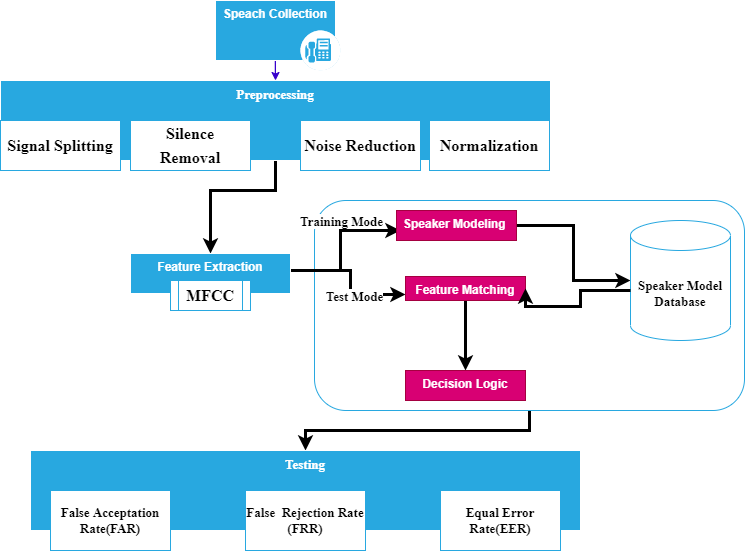
Above: Untitled Diagram.drawio.png in millionsime/hello-word (draw.io), before the change. Source tidied: cells renumbered, new cells last; positions are measured from the earlier drawing's top-left corner, leaving out a move shared by most shapes. Its diagram source:
```xml
<mxGraphModel>
  <root>
    <mxCell id="0" />
    <mxCell id="1" parent="0" />
    <mxCell id="2" style="edgeStyle=orthogonalEdgeStyle;rounded=0;jumpSize=24;jettySize=auto;html=1;fontFamily=Times New Roman;fontSize=13;fontColor=#000000;strokeWidth=3;fontStyle=1;" parent="1" edge="1" source="3" target="26">
      <mxGeometry relative="1" as="geometry" />
    </mxCell>
    <mxCell id="3" style="rounded=1;whiteSpace=wrap;html=1;fontFamily=Times New Roman;fontSize=13;fontColor=#000000;strokeColor=#28A8E0;fillColor=default;fontStyle=1;" parent="1" vertex="1">
      <mxGeometry x="314" y="200" width="430" height="210" as="geometry" />
    </mxCell>
    <mxCell id="4" style="edgeStyle=orthogonalEdgeStyle;rounded=0;jumpSize=24;jettySize=auto;html=1;fontFamily=Times New Roman;fontSize=13;fontColor=#000000;strokeWidth=3;entryX=0.5;entryY=0;entryDx=0;entryDy=0;exitX=0.5;exitY=1;exitDx=0;exitDy=0;fontStyle=1;" parent="1" edge="1" source="5" target="17">
      <mxGeometry relative="1" as="geometry">
        <Array as="points">
          <mxPoint x="275" y="190" />
          <mxPoint x="210" y="190" />
        </Array>
      </mxGeometry>
    </mxCell>
    <mxCell id="5" value="&lt;b&gt;&lt;font face=&quot;Times New Roman&quot; color=&quot;#ffffff&quot; style=&quot;font-size: 13px&quot;&gt;Preprocessing&lt;/font&gt;&lt;/b&gt;" style="whiteSpace=wrap;html=1;verticalAlign=top;fillColor=#28A8E0;strokeColor=#ffffff;sketch=0;" parent="1" vertex="1">
      <mxGeometry y="80" width="550" height="80" as="geometry" />
    </mxCell>
    <mxCell id="6" value="&lt;span style=&quot;font-size: 12.0pt ; line-height: 150% ; font-family: &amp;quot;times new roman&amp;quot; , serif&quot;&gt;Silence&lt;br&gt;Removal&lt;/span&gt;" style="rounded=0;whiteSpace=wrap;html=1;strokeColor=#28A8E0;fontStyle=1;" parent="1" vertex="1">
      <mxGeometry x="130" y="120" width="120" height="50" as="geometry" />
    </mxCell>
    <mxCell id="7" value="&lt;span style=&quot;font-size: 12.0pt ; line-height: 150% ; font-family: &amp;quot;times new roman&amp;quot; , serif&quot;&gt;Signal Splitting&lt;/span&gt;" style="rounded=0;whiteSpace=wrap;html=1;fillColor=default;strokeColor=#28A8E0;fontStyle=1;" parent="1" vertex="1">
      <mxGeometry y="120" width="120" height="50" as="geometry" />
    </mxCell>
    <mxCell id="8" value="&lt;span style=&quot;font-size: 12.0pt ; line-height: 150% ; font-family: &amp;quot;times new roman&amp;quot; , serif&quot;&gt;Normalization&lt;/span&gt;" style="rounded=0;whiteSpace=wrap;html=1;strokeColor=#28A8E0;fontStyle=1;" parent="1" vertex="1">
      <mxGeometry x="429" y="120" width="120" height="50" as="geometry" />
    </mxCell>
    <mxCell id="9" style="edgeStyle=orthogonalEdgeStyle;jettySize=auto;html=1;entryX=0.5;entryY=0;entryDx=0;entryDy=0;exitX=0.5;exitY=1;exitDx=0;exitDy=0;fillColor=#6a00ff;strokeColor=#3700CC;curved=1;fontStyle=1;" parent="1" edge="1" target="5">
      <mxGeometry relative="1" as="geometry">
        <mxPoint x="276" y="30" as="sourcePoint" />
        <Array as="points">
          <mxPoint x="276" y="31" />
          <mxPoint x="275" y="31" />
        </Array>
      </mxGeometry>
    </mxCell>
    <mxCell id="10" value="&lt;font color=&quot;#ffffff&quot;&gt;&lt;span&gt;Speach Collection&lt;/span&gt;&lt;/font&gt;" style="whiteSpace=wrap;html=1;verticalAlign=top;fillColor=#28A8E0;strokeColor=#ffffff;sketch=0;fontStyle=1;" parent="1" vertex="1">
      <mxGeometry x="215" width="120" height="60" as="geometry" />
    </mxCell>
    <mxCell id="11" style="fillColor=default;verticalLabelPosition=bottom;sketch=0;html=1;strokeColor=#28A8E0;verticalAlign=top;align=center;shape=mxgraph.cisco_safe.compositeIcon;bgIcon=ellipse;resIcon=mxgraph.cisco_safe.capability.voice;fontColor=#000000;fontStyle=1;" parent="1" vertex="1">
      <mxGeometry x="300" y="30" width="40" height="40" as="geometry" />
    </mxCell>
    <mxCell id="12" value="&lt;span style=&quot;font-size: 12.0pt ; line-height: 150% ; font-family: &amp;quot;times new roman&amp;quot; , serif&quot;&gt;Noise Reduction&lt;/span&gt;" style="rounded=0;whiteSpace=wrap;html=1;strokeColor=#28A8E0;fontStyle=1;" parent="1" vertex="1">
      <mxGeometry x="300" y="120" width="120" height="50" as="geometry" />
    </mxCell>
    <mxCell id="13" style="edgeStyle=orthogonalEdgeStyle;rounded=0;jumpSize=24;jettySize=auto;html=1;fontFamily=Times New Roman;fontSize=13;fontColor=#000000;strokeWidth=3;startArrow=none;fontStyle=1;" parent="1" edge="1" source="25">
      <mxGeometry relative="1" as="geometry">
        <mxPoint x="400" y="230" as="targetPoint" />
        <Array as="points">
          <mxPoint x="210" y="270" />
          <mxPoint x="340" y="270" />
          <mxPoint x="340" y="230" />
        </Array>
      </mxGeometry>
    </mxCell>
    <mxCell id="14" value="Training Mode" style="edgeLabel;html=1;align=center;verticalAlign=middle;fontSize=13;fontFamily=Times New Roman;fontColor=#000000;fontStyle=1;" parent="13" vertex="1">
      <mxGeometry x="0.21" relative="1" as="geometry">
        <mxPoint y="-45" as="offset" />
      </mxGeometry>
    </mxCell>
    <mxCell id="15" style="edgeStyle=orthogonalEdgeStyle;rounded=0;jumpSize=24;jettySize=auto;html=1;fontFamily=Times New Roman;fontSize=13;fontColor=#000000;strokeWidth=3;entryX=0;entryY=0.75;entryDx=0;entryDy=0;fontStyle=1;" parent="1" edge="1" target="21">
      <mxGeometry relative="1" as="geometry">
        <mxPoint x="280" y="270" as="sourcePoint" />
        <Array as="points">
          <mxPoint x="350" y="270" />
          <mxPoint x="350" y="294" />
        </Array>
      </mxGeometry>
    </mxCell>
    <mxCell id="16" value="Test Mode" style="edgeLabel;html=1;align=center;verticalAlign=middle;fontSize=13;fontFamily=Times New Roman;fontColor=#000000;fontStyle=1;" parent="15" vertex="1">
      <mxGeometry x="0.3" y="-1" relative="1" as="geometry" />
    </mxCell>
    <mxCell id="17" value="&lt;font color=&quot;#ffffff&quot;&gt;Feature Extraction&lt;/font&gt;" style="whiteSpace=wrap;html=1;verticalAlign=top;fillColor=#28A8E0;strokeColor=#ffffff;sketch=0;align=center;fontStyle=1;" parent="1" vertex="1">
      <mxGeometry x="130" y="253" width="160" height="40" as="geometry" />
    </mxCell>
    <mxCell id="18" style="edgeStyle=orthogonalEdgeStyle;rounded=0;jumpSize=24;jettySize=auto;html=1;fontFamily=Times New Roman;fontSize=13;fontColor=#000000;strokeWidth=3;fontStyle=1;" parent="1" edge="1" source="19" target="22">
      <mxGeometry relative="1" as="geometry" />
    </mxCell>
    <mxCell id="19" value="Speaker Modeling&amp;nbsp;" style="whiteSpace=wrap;html=1;verticalAlign=top;sketch=0;fillColor=#d80073;strokeColor=#A50040;fontColor=#ffffff;fontStyle=1;" parent="1" vertex="1">
      <mxGeometry x="396" y="210" width="120" height="30" as="geometry" />
    </mxCell>
    <mxCell id="20" style="edgeStyle=orthogonalEdgeStyle;rounded=0;jumpSize=24;jettySize=auto;html=1;fontFamily=Times New Roman;fontSize=13;fontColor=#000000;strokeWidth=3;fontStyle=1;" parent="1" edge="1" source="21">
      <mxGeometry relative="1" as="geometry">
        <mxPoint x="465" y="370" as="targetPoint" />
      </mxGeometry>
    </mxCell>
    <mxCell id="21" value="Feature Matching" style="whiteSpace=wrap;html=1;verticalAlign=top;sketch=0;fillColor=#d80073;strokeColor=#A50040;fontColor=#ffffff;fontStyle=1;" parent="1" vertex="1">
      <mxGeometry x="405" y="276" width="120" height="24" as="geometry" />
    </mxCell>
    <mxCell id="22" value="Speaker Model Database" style="shape=cylinder3;whiteSpace=wrap;html=1;boundedLbl=1;backgroundOutline=1;size=15;fontFamily=Times New Roman;fontSize=13;fontColor=#000000;strokeColor=#28A8E0;fillColor=default;fontStyle=1;" parent="1" vertex="1">
      <mxGeometry x="630" y="220" width="100" height="120" as="geometry" />
    </mxCell>
    <mxCell id="23" style="edgeStyle=orthogonalEdgeStyle;rounded=0;jumpSize=24;jettySize=auto;html=1;fontFamily=Times New Roman;fontSize=13;fontColor=#000000;strokeWidth=3;entryX=1;entryY=0.5;entryDx=0;entryDy=0;fontStyle=1;" parent="1" edge="1" target="21">
      <mxGeometry relative="1" as="geometry">
        <mxPoint x="630" y="290" as="sourcePoint" />
        <Array as="points">
          <mxPoint x="630" y="290" />
          <mxPoint x="580" y="290" />
          <mxPoint x="580" y="306" />
        </Array>
      </mxGeometry>
    </mxCell>
    <mxCell id="24" value="Decision Logic" style="whiteSpace=wrap;html=1;verticalAlign=top;sketch=0;fillColor=#d80073;strokeColor=#A50040;fontColor=#ffffff;fontStyle=1;" parent="1" vertex="1">
      <mxGeometry x="405" y="370" width="120" height="30" as="geometry" />
    </mxCell>
    <mxCell id="25" value="&lt;span style=&quot;font-size: 12.0pt ; line-height: 150% ; font-family: &amp;quot;times new roman&amp;quot; , serif&quot;&gt;&lt;font color=&quot;#000000&quot;&gt;MFCC&lt;/font&gt;&lt;/span&gt;" style="shape=process;whiteSpace=wrap;html=1;backgroundOutline=1;fontFamily=Times New Roman;fontSize=13;fontColor=#FFFFFF;strokeColor=#28A8E0;fillColor=default;fontStyle=1;" parent="1" vertex="1">
      <mxGeometry x="170" y="280" width="80" height="30" as="geometry" />
    </mxCell>
    <mxCell id="26" value="&lt;span&gt;&lt;font face=&quot;Times New Roman&quot; color=&quot;#ffffff&quot; style=&quot;font-size: 13px&quot;&gt;Testing&lt;/font&gt;&lt;/span&gt;" style="whiteSpace=wrap;html=1;verticalAlign=top;fillColor=#28A8E0;strokeColor=#ffffff;sketch=0;fontStyle=1;" parent="1" vertex="1">
      <mxGeometry x="30" y="450" width="550" height="80" as="geometry" />
    </mxCell>
    <mxCell id="27" value="False Acceptation Rate(FAR)" style="rounded=0;whiteSpace=wrap;html=1;fontFamily=Times New Roman;fontSize=13;fontColor=#000000;strokeColor=#28A8E0;fillColor=default;fontStyle=1;" parent="1" vertex="1">
      <mxGeometry x="50" y="490" width="120" height="60" as="geometry" />
    </mxCell>
    <mxCell id="28" value="False&amp;nbsp; Rejection Rate&lt;br&gt;(FRR)" style="rounded=0;whiteSpace=wrap;html=1;fontFamily=Times New Roman;fontSize=13;fontColor=#000000;strokeColor=#28A8E0;fillColor=default;fontStyle=1;" parent="1" vertex="1">
      <mxGeometry x="245" y="490" width="120" height="60" as="geometry" />
    </mxCell>
    <mxCell id="29" value="Equal Error Rate(EER)" style="rounded=0;whiteSpace=wrap;html=1;fontFamily=Times New Roman;fontSize=13;fontColor=#000000;strokeColor=#28A8E0;fillColor=default;fontStyle=1;" parent="1" vertex="1">
      <mxGeometry x="440" y="490" width="120" height="60" as="geometry" />
    </mxCell>
  </root>
</mxGraphModel>
```
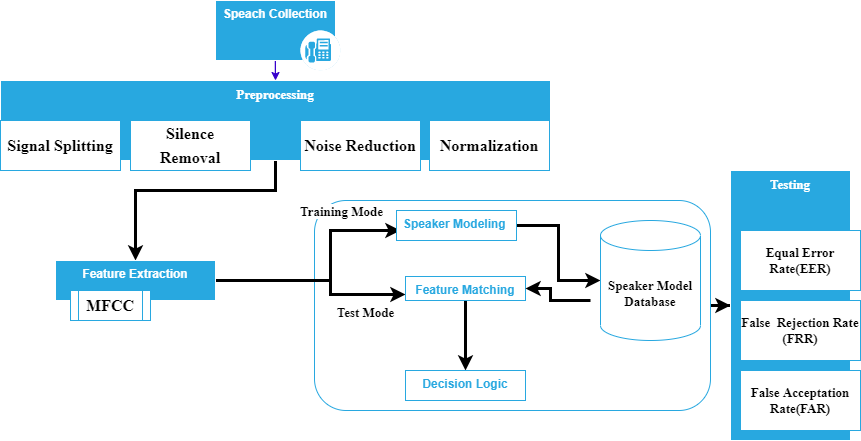
Later version of the same file.

What changed in the source:
```diff
@@ -6,13 +6,13 @@
       <mxGeometry relative="1" as="geometry" />
     </mxCell>
     <mxCell id="3" style="rounded=1;whiteSpace=wrap;html=1;fontFamily=Times New Roman;fontSize=13;fontColor=#000000;strokeColor=#28A8E0;fillColor=default;fontStyle=1;" parent="1" vertex="1">
-      <mxGeometry x="314" y="200" width="430" height="210" as="geometry" />
+      <mxGeometry x="314" y="200" width="396" height="210" as="geometry" />
     </mxCell>
     <mxCell id="4" style="edgeStyle=orthogonalEdgeStyle;rounded=0;jumpSize=24;jettySize=auto;html=1;fontFamily=Times New Roman;fontSize=13;fontColor=#000000;strokeWidth=3;entryX=0.5;entryY=0;entryDx=0;entryDy=0;exitX=0.5;exitY=1;exitDx=0;exitDy=0;fontStyle=1;" parent="1" edge="1" source="5" target="17">
       <mxGeometry relative="1" as="geometry">
         <Array as="points">
           <mxPoint x="275" y="190" />
-          <mxPoint x="210" y="190" />
+          <mxPoint x="135" y="190" />
         </Array>
       </mxGeometry>
     </mxCell>
@@ -46,40 +46,40 @@
     <mxCell id="12" value="&lt;span style=&quot;font-size: 12.0pt ; line-height: 150% ; font-family: &amp;quot;times new roman&amp;quot; , serif&quot;&gt;Noise Reduction&lt;/span&gt;" style="rounded=0;whiteSpace=wrap;html=1;strokeColor=#28A8E0;fontStyle=1;" parent="1" vertex="1">
       <mxGeometry x="300" y="120" width="120" height="50" as="geometry" />
     </mxCell>
-    <mxCell id="13" style="edgeStyle=orthogonalEdgeStyle;rounded=0;jumpSize=24;jettySize=auto;html=1;fontFamily=Times New Roman;fontSize=13;fontColor=#000000;strokeWidth=3;startArrow=none;fontStyle=1;" parent="1" edge="1" source="25">
+    <mxCell id="13" style="edgeStyle=orthogonalEdgeStyle;rounded=0;jumpSize=24;jettySize=auto;html=1;fontFamily=Times New Roman;fontSize=13;fontColor=#000000;strokeWidth=3;startArrow=none;fontStyle=1;exitX=1;exitY=0.5;exitDx=0;exitDy=0;" parent="1" edge="1" source="17">
       <mxGeometry relative="1" as="geometry">
         <mxPoint x="400" y="230" as="targetPoint" />
         <Array as="points">
-          <mxPoint x="210" y="270" />
-          <mxPoint x="340" y="270" />
-          <mxPoint x="340" y="230" />
+          <mxPoint x="330" y="280" />
+          <mxPoint x="330" y="230" />
         </Array>
       </mxGeometry>
     </mxCell>
     <mxCell id="14" value="Training Mode" style="edgeLabel;html=1;align=center;verticalAlign=middle;fontSize=13;fontFamily=Times New Roman;fontColor=#000000;fontStyle=1;" parent="13" vertex="1">
       <mxGeometry x="0.21" relative="1" as="geometry">
-        <mxPoint y="-45" as="offset" />
+        <mxPoint x="10" y="-43" as="offset" />
       </mxGeometry>
     </mxCell>
-    <mxCell id="15" style="edgeStyle=orthogonalEdgeStyle;rounded=0;jumpSize=24;jettySize=auto;html=1;fontFamily=Times New Roman;fontSize=13;fontColor=#000000;strokeWidth=3;entryX=0;entryY=0.75;entryDx=0;entryDy=0;fontStyle=1;" parent="1" edge="1" target="21">
+    <mxCell id="15" style="edgeStyle=orthogonalEdgeStyle;rounded=0;jumpSize=24;jettySize=auto;html=1;fontFamily=Times New Roman;fontSize=13;fontColor=#000000;strokeWidth=3;entryX=0;entryY=0.75;entryDx=0;entryDy=0;fontStyle=1;exitX=1;exitY=0.5;exitDx=0;exitDy=0;" parent="1" edge="1" source="17" target="21">
       <mxGeometry relative="1" as="geometry">
-        <mxPoint x="280" y="270" as="sourcePoint" />
         <Array as="points">
-          <mxPoint x="350" y="270" />
-          <mxPoint x="350" y="294" />
+          <mxPoint x="330" y="280" />
+          <mxPoint x="330" y="294" />
         </Array>
       </mxGeometry>
     </mxCell>
     <mxCell id="16" value="Test Mode" style="edgeLabel;html=1;align=center;verticalAlign=middle;fontSize=13;fontFamily=Times New Roman;fontColor=#000000;fontStyle=1;" parent="15" vertex="1">
-      <mxGeometry x="0.3" y="-1" relative="1" as="geometry" />
+      <mxGeometry x="0.3" y="-1" relative="1" as="geometry">
+        <mxPoint x="31" y="16" as="offset" />
+      </mxGeometry>
     </mxCell>
     <mxCell id="17" value="&lt;font color=&quot;#ffffff&quot;&gt;Feature Extraction&lt;/font&gt;" style="whiteSpace=wrap;html=1;verticalAlign=top;fillColor=#28A8E0;strokeColor=#ffffff;sketch=0;align=center;fontStyle=1;" parent="1" vertex="1">
-      <mxGeometry x="130" y="253" width="160" height="40" as="geometry" />
+      <mxGeometry x="55" y="260" width="160" height="40" as="geometry" />
     </mxCell>
     <mxCell id="18" style="edgeStyle=orthogonalEdgeStyle;rounded=0;jumpSize=24;jettySize=auto;html=1;fontFamily=Times New Roman;fontSize=13;fontColor=#000000;strokeWidth=3;fontStyle=1;" parent="1" edge="1" source="19" target="22">
       <mxGeometry relative="1" as="geometry" />
     </mxCell>
-    <mxCell id="19" value="Speaker Modeling&amp;nbsp;" style="whiteSpace=wrap;html=1;verticalAlign=top;sketch=0;fillColor=#d80073;strokeColor=#A50040;fontColor=#ffffff;fontStyle=1;" parent="1" vertex="1">
+    <mxCell id="19" value="Speaker Modeling&amp;nbsp;" style="whiteSpace=wrap;html=1;verticalAlign=top;sketch=0;fillColor=#FFFFFF;strokeColor=#28A8E0;fontColor=#28A8E0;fontStyle=1;" parent="1" vertex="1">
       <mxGeometry x="396" y="210" width="120" height="30" as="geometry" />
     </mxCell>
     <mxCell id="20" style="edgeStyle=orthogonalEdgeStyle;rounded=0;jumpSize=24;jettySize=auto;html=1;fontFamily=Times New Roman;fontSize=13;fontColor=#000000;strokeWidth=3;fontStyle=1;" parent="1" edge="1" source="21">
@@ -87,39 +87,38 @@
         <mxPoint x="465" y="370" as="targetPoint" />
       </mxGeometry>
     </mxCell>
-    <mxCell id="21" value="Feature Matching" style="whiteSpace=wrap;html=1;verticalAlign=top;sketch=0;fillColor=#d80073;strokeColor=#A50040;fontColor=#ffffff;fontStyle=1;" parent="1" vertex="1">
+    <mxCell id="21" value="Feature Matching" style="whiteSpace=wrap;html=1;verticalAlign=top;sketch=0;fillColor=#FFFFFF;strokeColor=#28A8E0;fontColor=#28A8E0;fontStyle=1;" parent="1" vertex="1">
       <mxGeometry x="405" y="276" width="120" height="24" as="geometry" />
     </mxCell>
     <mxCell id="22" value="Speaker Model Database" style="shape=cylinder3;whiteSpace=wrap;html=1;boundedLbl=1;backgroundOutline=1;size=15;fontFamily=Times New Roman;fontSize=13;fontColor=#000000;strokeColor=#28A8E0;fillColor=default;fontStyle=1;" parent="1" vertex="1">
-      <mxGeometry x="630" y="220" width="100" height="120" as="geometry" />
+      <mxGeometry x="600" y="220" width="100" height="120" as="geometry" />
     </mxCell>
     <mxCell id="23" style="edgeStyle=orthogonalEdgeStyle;rounded=0;jumpSize=24;jettySize=auto;html=1;fontFamily=Times New Roman;fontSize=13;fontColor=#000000;strokeWidth=3;entryX=1;entryY=0.5;entryDx=0;entryDy=0;fontStyle=1;" parent="1" edge="1" target="21">
       <mxGeometry relative="1" as="geometry">
-        <mxPoint x="630" y="290" as="sourcePoint" />
+        <mxPoint x="590" y="300" as="sourcePoint" />
         <Array as="points">
-          <mxPoint x="630" y="290" />
-          <mxPoint x="580" y="290" />
-          <mxPoint x="580" y="306" />
+          <mxPoint x="550" y="300" />
+          <mxPoint x="550" y="288" />
         </Array>
       </mxGeometry>
     </mxCell>
-    <mxCell id="24" value="Decision Logic" style="whiteSpace=wrap;html=1;verticalAlign=top;sketch=0;fillColor=#d80073;strokeColor=#A50040;fontColor=#ffffff;fontStyle=1;" parent="1" vertex="1">
+    <mxCell id="24" value="Decision Logic" style="whiteSpace=wrap;html=1;verticalAlign=top;sketch=0;fillColor=#FFFFFF;strokeColor=#28A8E0;fontColor=#28A8E0;fontStyle=1;" parent="1" vertex="1">
       <mxGeometry x="405" y="370" width="120" height="30" as="geometry" />
     </mxCell>
     <mxCell id="25" value="&lt;span style=&quot;font-size: 12.0pt ; line-height: 150% ; font-family: &amp;quot;times new roman&amp;quot; , serif&quot;&gt;&lt;font color=&quot;#000000&quot;&gt;MFCC&lt;/font&gt;&lt;/span&gt;" style="shape=process;whiteSpace=wrap;html=1;backgroundOutline=1;fontFamily=Times New Roman;fontSize=13;fontColor=#FFFFFF;strokeColor=#28A8E0;fillColor=default;fontStyle=1;" parent="1" vertex="1">
-      <mxGeometry x="170" y="280" width="80" height="30" as="geometry" />
+      <mxGeometry x="70" y="290" width="80" height="30" as="geometry" />
     </mxCell>
     <mxCell id="26" value="&lt;span&gt;&lt;font face=&quot;Times New Roman&quot; color=&quot;#ffffff&quot; style=&quot;font-size: 13px&quot;&gt;Testing&lt;/font&gt;&lt;/span&gt;" style="whiteSpace=wrap;html=1;verticalAlign=top;fillColor=#28A8E0;strokeColor=#ffffff;sketch=0;fontStyle=1;" parent="1" vertex="1">
-      <mxGeometry x="30" y="450" width="550" height="80" as="geometry" />
+      <mxGeometry x="730" y="170" width="120" height="270" as="geometry" />
     </mxCell>
     <mxCell id="27" value="False Acceptation Rate(FAR)" style="rounded=0;whiteSpace=wrap;html=1;fontFamily=Times New Roman;fontSize=13;fontColor=#000000;strokeColor=#28A8E0;fillColor=default;fontStyle=1;" parent="1" vertex="1">
-      <mxGeometry x="50" y="490" width="120" height="60" as="geometry" />
+      <mxGeometry x="740" y="370" width="120" height="60" as="geometry" />
     </mxCell>
     <mxCell id="28" value="False&amp;nbsp; Rejection Rate&lt;br&gt;(FRR)" style="rounded=0;whiteSpace=wrap;html=1;fontFamily=Times New Roman;fontSize=13;fontColor=#000000;strokeColor=#28A8E0;fillColor=default;fontStyle=1;" parent="1" vertex="1">
-      <mxGeometry x="245" y="490" width="120" height="60" as="geometry" />
+      <mxGeometry x="740" y="300" width="120" height="60" as="geometry" />
     </mxCell>
     <mxCell id="29" value="Equal Error Rate(EER)" style="rounded=0;whiteSpace=wrap;html=1;fontFamily=Times New Roman;fontSize=13;fontColor=#000000;strokeColor=#28A8E0;fillColor=default;fontStyle=1;" parent="1" vertex="1">
-      <mxGeometry x="440" y="490" width="120" height="60" as="geometry" />
+      <mxGeometry x="740" y="230" width="120" height="60" as="geometry" />
     </mxCell>
   </root>
 </mxGraphModel>
```
